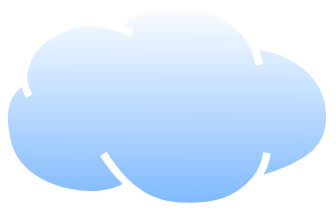
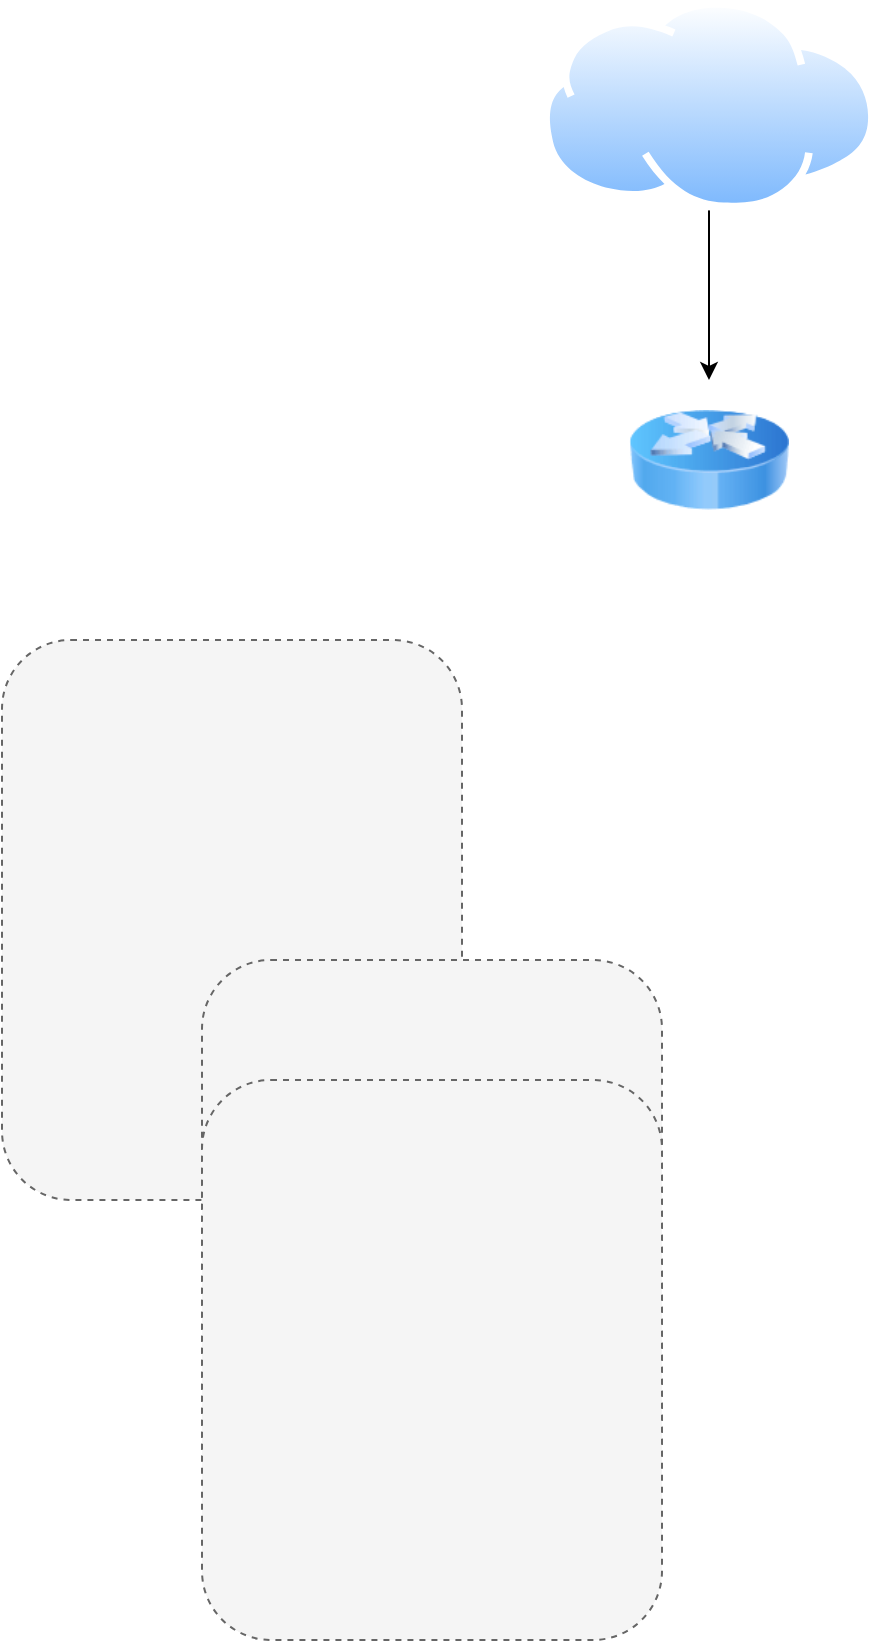
<mxfile host="app.diagrams.net">
  <diagram name="Trang-1" id="-QvKHvVX4tWdF-sznae-">
    <mxGraphModel dx="1012" dy="601" grid="1" gridSize="10" guides="1" tooltips="1" connect="1" arrows="1" fold="1" page="1" pageScale="1" pageWidth="827" pageHeight="1169" math="0" shadow="0">
      <root>
        <mxCell id="0" />
        <mxCell id="1" parent="0" />
+         <mxCell id="tlgCcKQl9_W-pkazaHYF-1" parent="1" style="rounded=1;whiteSpace=wrap;html=1;dashed=1;fillColor=#f5f5f5;strokeColor=#666666;fontColor=#333333;" value="" vertex="1">
+           <mxGeometry height="280" width="230" x="40" y="330" as="geometry" />
+         </mxCell>
+         <mxCell id="tlgCcKQl9_W-pkazaHYF-5" edge="1" parent="1" source="6glJgjmVUURO1JKE-K0C-2" style="edgeStyle=orthogonalEdgeStyle;rounded=0;orthogonalLoop=1;jettySize=auto;html=1;" target="tlgCcKQl9_W-pkazaHYF-2" value="">
+           <mxGeometry relative="1" as="geometry" />
+         </mxCell>
        <mxCell id="6glJgjmVUURO1JKE-K0C-2" parent="1" style="image;aspect=fixed;perimeter=ellipsePerimeter;html=1;align=center;shadow=0;dashed=0;spacingTop=3;image=img/lib/active_directory/internet_cloud.svg;" value="" vertex="1">
          <mxGeometry height="105.2" width="166.99" x="310" y="10" as="geometry" />
+         </mxCell>
+         <mxCell id="tlgCcKQl9_W-pkazaHYF-2" parent="1" style="image;html=1;image=img/lib/clip_art/networking/Router_Icon_128x128.png;labelBackgroundColor=#f8cecc;labelBorderColor=#b85450;" value="" vertex="1">
+           <mxGeometry height="80" width="80" x="353.49" y="200" as="geometry" />
+         </mxCell>
+         <mxCell id="tlgCcKQl9_W-pkazaHYF-6" parent="1" style="rounded=1;whiteSpace=wrap;html=1;dashed=1;fillColor=#f5f5f5;strokeColor=#666666;fontColor=#333333;" value="" vertex="1">
+           <mxGeometry height="280" width="230" x="140" y="490" as="geometry" />
+         </mxCell>
+         <mxCell id="tlgCcKQl9_W-pkazaHYF-7" parent="1" style="rounded=1;whiteSpace=wrap;html=1;dashed=1;fillColor=#f5f5f5;strokeColor=#666666;fontColor=#333333;" value="" vertex="1">
+           <mxGeometry height="280" width="230" x="140" y="550" as="geometry" />
        </mxCell>
      </root>
    </mxGraphModel>
  </diagram>
</mxfile>
